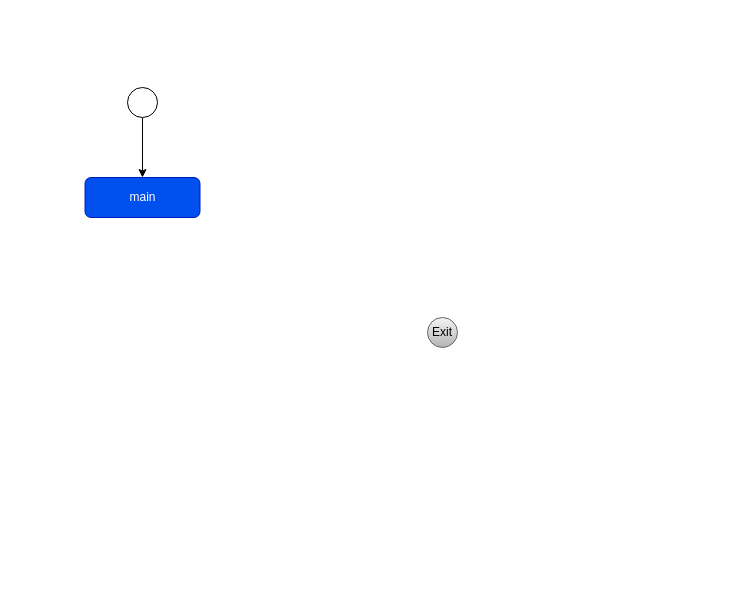
Earlier version of the draw.io diagram docs/umlDocs/stateMachines/00-rapidRecharge-mainLoop.drawio (JodyLS27/space-invaders). Source tidied: cells renumbered, new cells numbered last; positions are measured from the earlier drawing's top-left corner, leaving out a move shared by most shapes. Both pictures are drawn from the tidied source at 100%, with x=0, y=0 at pixel (85, 87).
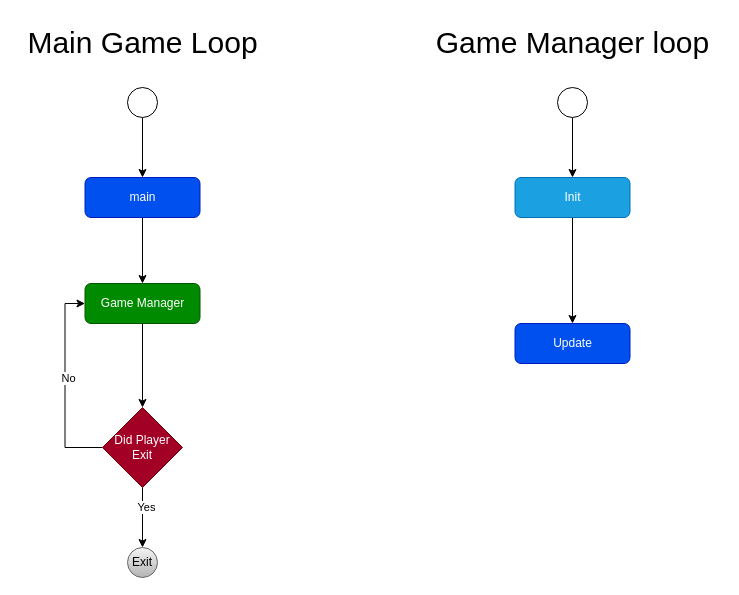
The same page after the edit.

Commit message (it also covers changes not shown here):
Added some further documentation - Working on the main game loop - Added class diagram structure

The change refers to these unchanged cells:
```xml
<mxCell id="5" value="main" style="rounded=1;whiteSpace=wrap;html=1;fillColor=#0050ef;strokeColor=#001DBC;fontColor=#ffffff;" parent="1" vertex="1">
  <mxGeometry x="-0.5" y="90" width="115" height="40" as="geometry" />
</mxCell>
```

Diff of the diagram source:
```diff
@@
     <mxCell id="4" value="&lt;font color=&quot;#000000&quot;&gt;Exit&lt;/font&gt;" style="ellipse;whiteSpace=wrap;html=1;fillColor=#f5f5f5;gradientColor=#b3b3b3;strokeColor=#666666;" parent="1" vertex="1">
-      <mxGeometry x="342" y="230" width="30" height="30" as="geometry" />
+      <mxGeometry x="42" y="460" width="30" height="30" as="geometry" />
     </mxCell>
+    <mxCell id="6" style="edgeStyle=orthogonalEdgeStyle;rounded=0;jettySize=auto;html=1;entryX=0.5;entryY=0;entryDx=0;entryDy=0;" parent="1" edge="1" source="5" target="8">
+      <mxGeometry relative="1" as="geometry" />
+    </mxCell>
@@
+    <mxCell id="7" style="edgeStyle=orthogonalEdgeStyle;rounded=0;jettySize=auto;html=1;entryX=0.5;entryY=0;entryDx=0;entryDy=0;" parent="1" edge="1" source="8" target="13">
+      <mxGeometry relative="1" as="geometry" />
+    </mxCell>
+    <mxCell id="8" value="Game Manager" style="rounded=1;whiteSpace=wrap;html=1;fillColor=#008a00;strokeColor=#005700;fontColor=#ffffff;" parent="1" vertex="1">
+      <mxGeometry x="-0.5" y="196" width="115" height="40" as="geometry" />
+    </mxCell>
+    <mxCell id="9" style="edgeStyle=orthogonalEdgeStyle;rounded=0;jettySize=auto;html=1;entryX=0.5;entryY=0;entryDx=0;entryDy=0;" parent="1" edge="1" source="13" target="4">
+      <mxGeometry relative="1" as="geometry" />
+    </mxCell>
+    <mxCell id="10" value="Yes" style="edgeLabel;html=1;align=center;verticalAlign=middle;" parent="9" vertex="1">
+      <mxGeometry x="-0.36" y="3" relative="1" as="geometry" />
+    </mxCell>
+    <mxCell id="11" style="edgeStyle=orthogonalEdgeStyle;rounded=0;jettySize=auto;html=1;entryX=0;entryY=0.5;entryDx=0;entryDy=0;exitX=0;exitY=0.5;exitDx=0;exitDy=0;" parent="1" edge="1" source="13" target="8">
+      <mxGeometry relative="1" as="geometry" />
+    </mxCell>
+    <mxCell id="12" value="No" style="edgeLabel;html=1;align=center;verticalAlign=middle;" parent="11" vertex="1">
+      <mxGeometry x="-0.12" y="-3" relative="1" as="geometry">
+        <mxPoint y="-18" as="offset" />
+      </mxGeometry>
+    </mxCell>
+    <mxCell id="13" value="Did Player Exit" style="rhombus;whiteSpace=wrap;html=1;fillColor=#a20025;fontColor=#ffffff;strokeColor=#6F0000;" parent="1" vertex="1">
+      <mxGeometry x="17" y="320" width="80" height="80" as="geometry" />
+    </mxCell>
+    <mxCell id="14" value="&lt;font style=&quot;font-size: 30px;&quot;&gt;Main Game Loop&lt;/font&gt;" style="text;html=1;align=center;verticalAlign=middle;strokeColor=none;fillColor=none;" parent="1" vertex="1">
+      <mxGeometry x="-68" y="-70" width="250" height="50" as="geometry" />
+    </mxCell>
+    <mxCell id="15" value="&lt;font style=&quot;font-size: 30px;&quot;&gt;Game Manager loop&lt;br&gt;&lt;/font&gt;" style="text;html=1;align=center;verticalAlign=middle;strokeColor=none;fillColor=none;" parent="1" vertex="1">
+      <mxGeometry x="337" y="-70" width="300" height="50" as="geometry" />
+    </mxCell>
+    <mxCell id="16" style="edgeStyle=orthogonalEdgeStyle;rounded=0;jettySize=auto;html=1;entryX=0.5;entryY=0;entryDx=0;entryDy=0;" parent="1" edge="1" source="17" target="20">
+      <mxGeometry relative="1" as="geometry" />
+    </mxCell>
+    <mxCell id="17" style="ellipse;whiteSpace=wrap;html=1;" parent="1" vertex="1">
+      <mxGeometry x="472" width="30" height="30" as="geometry" />
+    </mxCell>
+    <mxCell id="18" value="Update" style="rounded=1;whiteSpace=wrap;html=1;fillColor=#0050ef;strokeColor=#001DBC;fontColor=#ffffff;" parent="1" vertex="1">
+      <mxGeometry x="429.5" y="236" width="115" height="40" as="geometry" />
+    </mxCell>
+    <mxCell id="19" style="edgeStyle=orthogonalEdgeStyle;rounded=0;jettySize=auto;html=1;entryX=0.5;entryY=0;entryDx=0;entryDy=0;" parent="1" edge="1" source="20" target="18">
+      <mxGeometry relative="1" as="geometry" />
+    </mxCell>
+    <mxCell id="20" value="Init" style="rounded=1;whiteSpace=wrap;html=1;fillColor=#1ba1e2;strokeColor=#006EAF;fontColor=#ffffff;" parent="1" vertex="1">
+      <mxGeometry x="429.5" y="90" width="115" height="40" as="geometry" />
+    </mxCell>
```
